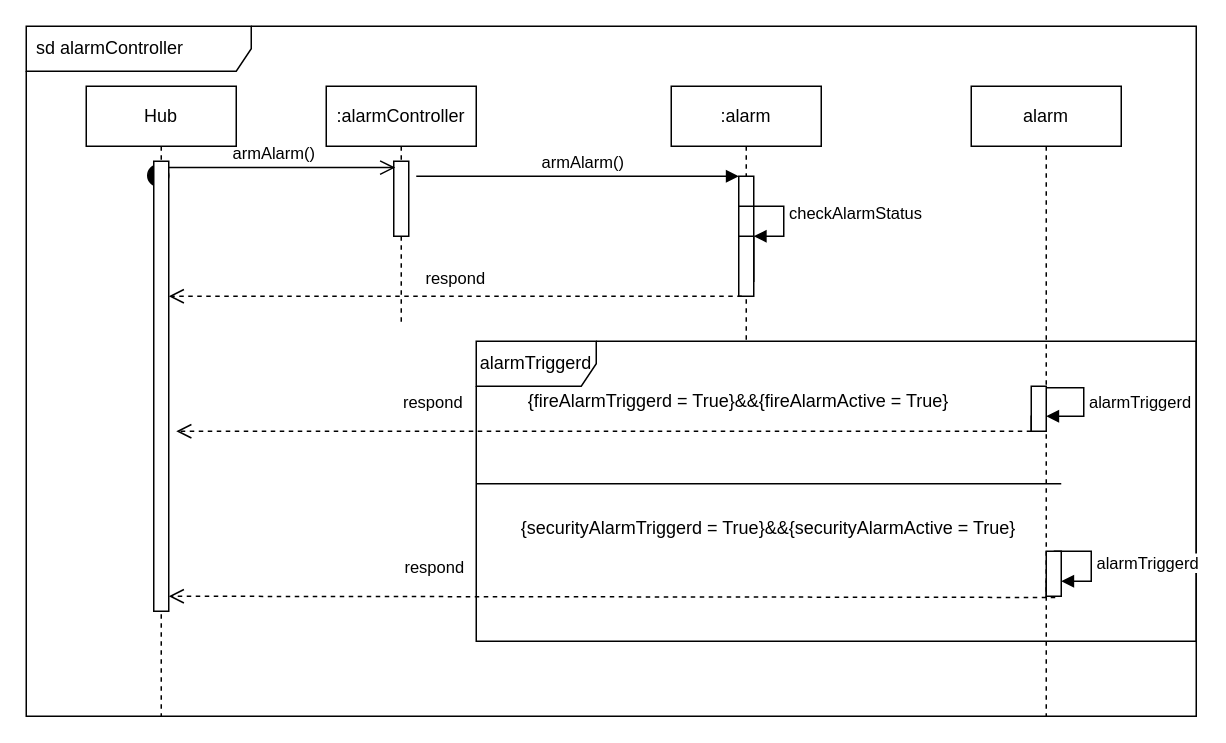
Earlier version of the draw.io diagram Device_Group/Diagrams/Devices_SequenceDiagram_alarmController.drawio (homedork-se2/Artefacts-docs). Source tidied: cells renumbered, new cells numbered last; positions are measured from the earlier drawing's top-left corner, leaving out a move shared by most shapes. Both pictures are drawn from the tidied source at 150%, with x=0, y=0 at pixel (26, 26).
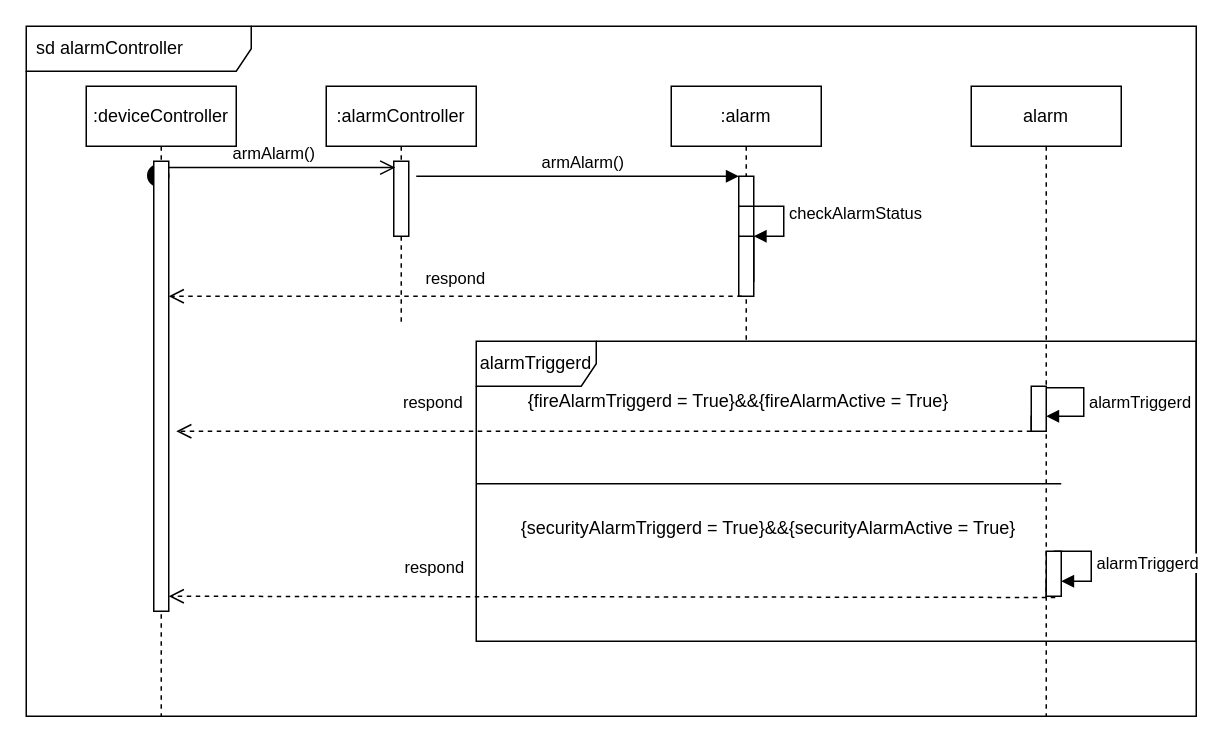
The same page after the edit.

Diff of the diagram source:
```diff
@@
-    <mxCell id="23" value="Hub" style="shape=umlLifeline;perimeter=lifelinePerimeter;whiteSpace=wrap;html=1;" parent="1" vertex="1">
+    <mxCell id="23" value=":deviceController" style="shape=umlLifeline;perimeter=lifelinePerimeter;whiteSpace=wrap;html=1;" parent="1" vertex="1">
       <mxGeometry x="40" y="40" width="100" height="420" as="geometry" />
     </mxCell>
```
